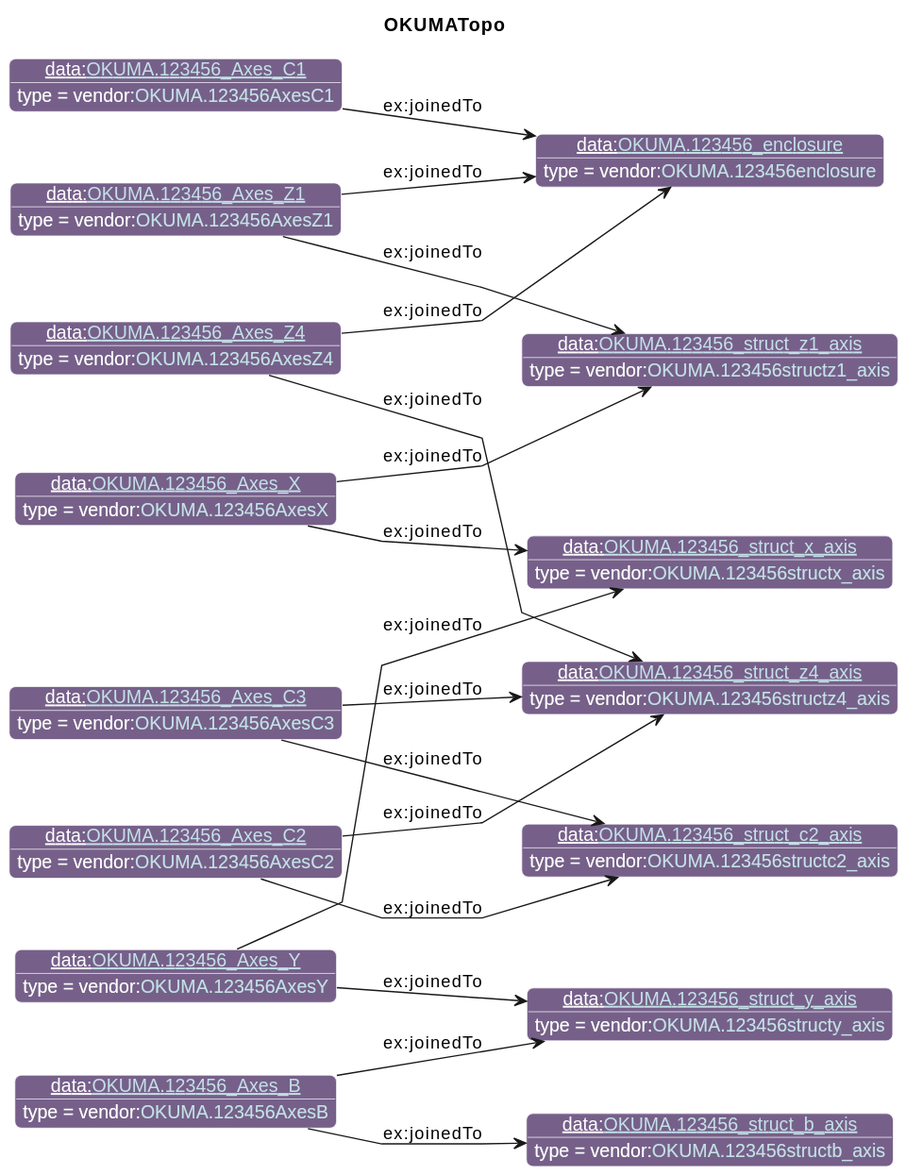
Earlier version of the PlantUML export diagrams/OKUMATopo.svg (iofoundry/example-syseng-mtconnect). Its diagram source:
```plantuml
@startuml
!include ../iof.iuml

<style>
object {
  HyperlinkColor #C4E1E6
}
</style>

left to right direction
skinparam linetype polyline
title OKUMATopo

!$default_direction = down

!$namespace_colors = { "bfo":"DFA702",
                      "iof":"1E90FF",
                      "ns":"Green",
                      "ns1":"76608A",
                      "core":"000000",
                      "ex":"Green",
                      "data":"76608A",
                      "vendor":"76608A",
                      "units":"8A2D3B",
                      "cmns-dsg":"3A0519",
                      "qp":"641B2E"
      }
individual(o0, data:[[./OKUMA.123456_Axes_X.html OKUMA.123456_Axes_X]], vendor:[[../OKUMA.html#OKUMA.123456AxesX OKUMA.123456AxesX]])
individual(o1, data:[[./OKUMA.123456_struct_z1_axis.html OKUMA.123456_struct_z1_axis]], vendor:[[../OKUMA.html#OKUMA.123456structz1_axis OKUMA.123456structz1_axis]])
individual(o2, data:[[./OKUMA.123456_struct_x_axis.html OKUMA.123456_struct_x_axis]], vendor:[[../OKUMA.html#OKUMA.123456structx_axis OKUMA.123456structx_axis]])
individual(o3, data:[[./OKUMA.123456_Axes_Y.html OKUMA.123456_Axes_Y]], vendor:[[../OKUMA.html#OKUMA.123456AxesY OKUMA.123456AxesY]])
individual(o4, data:[[./OKUMA.123456_struct_y_axis.html OKUMA.123456_struct_y_axis]], vendor:[[../OKUMA.html#OKUMA.123456structy_axis OKUMA.123456structy_axis]])
individual(o5, data:[[./OKUMA.123456_Axes_Z1.html OKUMA.123456_Axes_Z1]], vendor:[[../OKUMA.html#OKUMA.123456AxesZ1 OKUMA.123456AxesZ1]])
individual(o6, data:[[./OKUMA.123456_enclosure.html OKUMA.123456_enclosure]], vendor:[[../OKUMA.html#OKUMA.123456enclosure OKUMA.123456enclosure]])
individual(o7, data:[[./OKUMA.123456_Axes_B.html OKUMA.123456_Axes_B]], vendor:[[../OKUMA.html#OKUMA.123456AxesB OKUMA.123456AxesB]])
individual(o8, data:[[./OKUMA.123456_struct_b_axis.html OKUMA.123456_struct_b_axis]], vendor:[[../OKUMA.html#OKUMA.123456structb_axis OKUMA.123456structb_axis]])
individual(o9, data:[[./OKUMA.123456_Axes_C1.html OKUMA.123456_Axes_C1]], vendor:[[../OKUMA.html#OKUMA.123456AxesC1 OKUMA.123456AxesC1]])
individual(o10, data:[[./OKUMA.123456_Axes_Z4.html OKUMA.123456_Axes_Z4]], vendor:[[../OKUMA.html#OKUMA.123456AxesZ4 OKUMA.123456AxesZ4]])
individual(o11, data:[[./OKUMA.123456_struct_z4_axis.html OKUMA.123456_struct_z4_axis]], vendor:[[../OKUMA.html#OKUMA.123456structz4_axis OKUMA.123456structz4_axis]])
individual(o12, data:[[./OKUMA.123456_Axes_C2.html OKUMA.123456_Axes_C2]], vendor:[[../OKUMA.html#OKUMA.123456AxesC2 OKUMA.123456AxesC2]])
individual(o13, data:[[./OKUMA.123456_struct_c2_axis.html OKUMA.123456_struct_c2_axis]], vendor:[[../OKUMA.html#OKUMA.123456structc2_axis OKUMA.123456structc2_axis]])
individual(o14, data:[[./OKUMA.123456_Axes_C3.html OKUMA.123456_Axes_C3]], vendor:[[../OKUMA.html#OKUMA.123456AxesC3 OKUMA.123456AxesC3]])
property(o0, "ex:joinedTo", o1)
property(o0, "ex:joinedTo", o2)
property(o3, "ex:joinedTo", o2)
property(o3, "ex:joinedTo", o4)
property(o5, "ex:joinedTo", o6)
property(o5, "ex:joinedTo", o1)
property(o7, "ex:joinedTo", o4)
property(o7, "ex:joinedTo", o8)
property(o9, "ex:joinedTo", o6)
property(o10, "ex:joinedTo", o6)
property(o10, "ex:joinedTo", o11)
property(o12, "ex:joinedTo", o11)
property(o12, "ex:joinedTo", o13)
property(o14, "ex:joinedTo", o11)
property(o14, "ex:joinedTo", o13)
@enduml
```
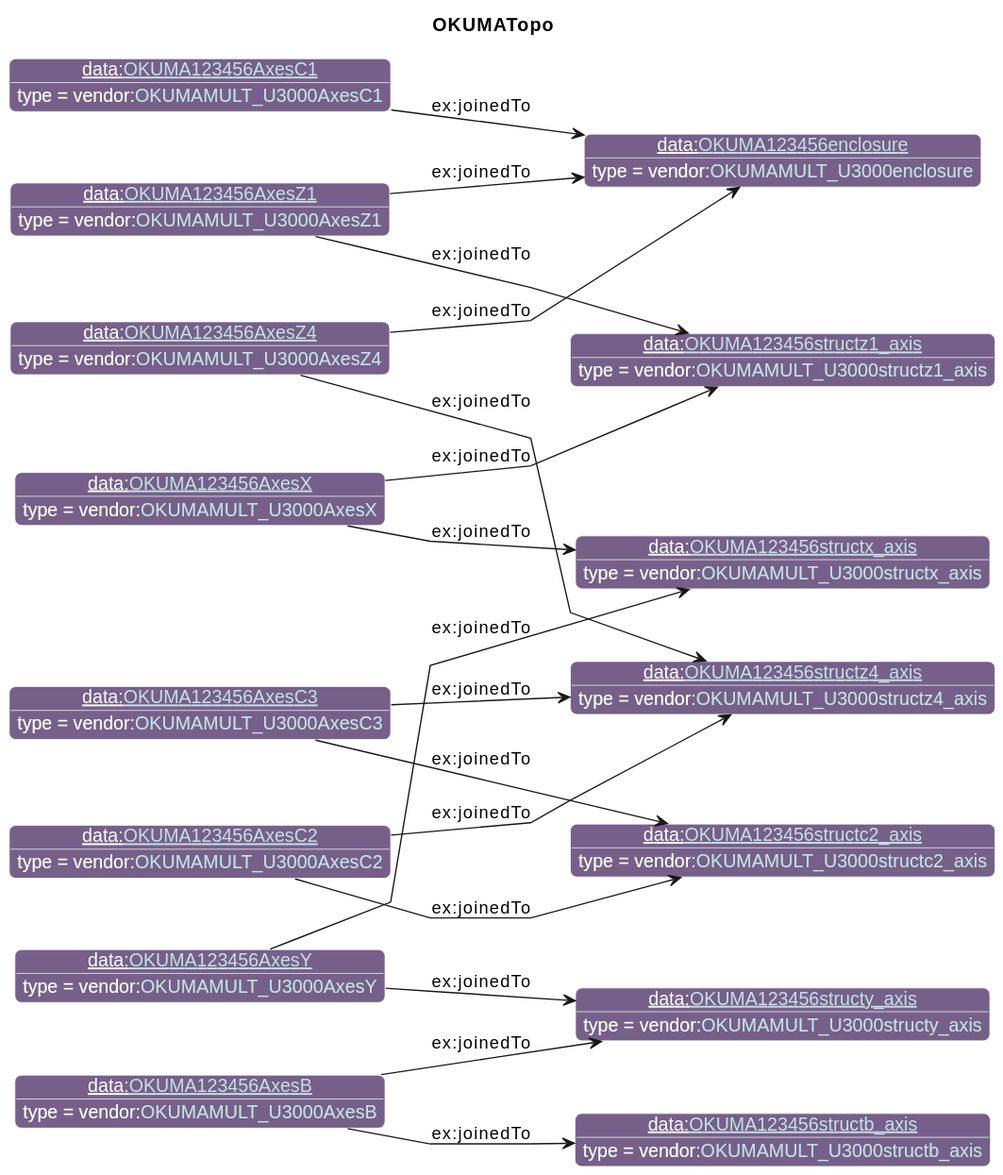
Above is the later version.

What changed in the source:
```diff
@@ -25,21 +25,21 @@
                       "cmns-dsg":"3A0519",
                       "qp":"641B2E"
       }
-individual(o0, data:[[./OKUMA.123456_Axes_X.html OKUMA.123456_Axes_X]], vendor:[[../OKUMA.html#OKUMA.123456AxesX OKUMA.123456AxesX]])
-individual(o1, data:[[./OKUMA.123456_struct_z1_axis.html OKUMA.123456_struct_z1_axis]], vendor:[[../OKUMA.html#OKUMA.123456structz1_axis OKUMA.123456structz1_axis]])
-individual(o2, data:[[./OKUMA.123456_struct_x_axis.html OKUMA.123456_struct_x_axis]], vendor:[[../OKUMA.html#OKUMA.123456structx_axis OKUMA.123456structx_axis]])
-individual(o3, data:[[./OKUMA.123456_Axes_Y.html OKUMA.123456_Axes_Y]], vendor:[[../OKUMA.html#OKUMA.123456AxesY OKUMA.123456AxesY]])
-individual(o4, data:[[./OKUMA.123456_struct_y_axis.html OKUMA.123456_struct_y_axis]], vendor:[[../OKUMA.html#OKUMA.123456structy_axis OKUMA.123456structy_axis]])
-individual(o5, data:[[./OKUMA.123456_Axes_Z1.html OKUMA.123456_Axes_Z1]], vendor:[[../OKUMA.html#OKUMA.123456AxesZ1 OKUMA.123456AxesZ1]])
-individual(o6, data:[[./OKUMA.123456_enclosure.html OKUMA.123456_enclosure]], vendor:[[../OKUMA.html#OKUMA.123456enclosure OKUMA.123456enclosure]])
-individual(o7, data:[[./OKUMA.123456_Axes_B.html OKUMA.123456_Axes_B]], vendor:[[../OKUMA.html#OKUMA.123456AxesB OKUMA.123456AxesB]])
-individual(o8, data:[[./OKUMA.123456_struct_b_axis.html OKUMA.123456_struct_b_axis]], vendor:[[../OKUMA.html#OKUMA.123456structb_axis OKUMA.123456structb_axis]])
-individual(o9, data:[[./OKUMA.123456_Axes_C1.html OKUMA.123456_Axes_C1]], vendor:[[../OKUMA.html#OKUMA.123456AxesC1 OKUMA.123456AxesC1]])
-individual(o10, data:[[./OKUMA.123456_Axes_Z4.html OKUMA.123456_Axes_Z4]], vendor:[[../OKUMA.html#OKUMA.123456AxesZ4 OKUMA.123456AxesZ4]])
-individual(o11, data:[[./OKUMA.123456_struct_z4_axis.html OKUMA.123456_struct_z4_axis]], vendor:[[../OKUMA.html#OKUMA.123456structz4_axis OKUMA.123456structz4_axis]])
-individual(o12, data:[[./OKUMA.123456_Axes_C2.html OKUMA.123456_Axes_C2]], vendor:[[../OKUMA.html#OKUMA.123456AxesC2 OKUMA.123456AxesC2]])
-individual(o13, data:[[./OKUMA.123456_struct_c2_axis.html OKUMA.123456_struct_c2_axis]], vendor:[[../OKUMA.html#OKUMA.123456structc2_axis OKUMA.123456structc2_axis]])
-individual(o14, data:[[./OKUMA.123456_Axes_C3.html OKUMA.123456_Axes_C3]], vendor:[[../OKUMA.html#OKUMA.123456AxesC3 OKUMA.123456AxesC3]])
+individual(o0, data:[[./OKUMA123456AxesX.html OKUMA123456AxesX]], vendor:[[../OKUMA.html#OKUMAMULT_U3000AxesX OKUMAMULT_U3000AxesX]])
+individual(o1, data:[[./OKUMA123456structz1_axis.html OKUMA123456structz1_axis]], vendor:[[../OKUMA.html#OKUMAMULT_U3000structz1_axis OKUMAMULT_U3000structz1_axis]])
+individual(o2, data:[[./OKUMA123456structx_axis.html OKUMA123456structx_axis]], vendor:[[../OKUMA.html#OKUMAMULT_U3000structx_axis OKUMAMULT_U3000structx_axis]])
+individual(o3, data:[[./OKUMA123456AxesY.html OKUMA123456AxesY]], vendor:[[../OKUMA.html#OKUMAMULT_U3000AxesY OKUMAMULT_U3000AxesY]])
+individual(o4, data:[[./OKUMA123456structy_axis.html OKUMA123456structy_axis]], vendor:[[../OKUMA.html#OKUMAMULT_U3000structy_axis OKUMAMULT_U3000structy_axis]])
+individual(o5, data:[[./OKUMA123456AxesZ1.html OKUMA123456AxesZ1]], vendor:[[../OKUMA.html#OKUMAMULT_U3000AxesZ1 OKUMAMULT_U3000AxesZ1]])
+individual(o6, data:[[./OKUMA123456enclosure.html OKUMA123456enclosure]], vendor:[[../OKUMA.html#OKUMAMULT_U3000enclosure OKUMAMULT_U3000enclosure]])
+individual(o7, data:[[./OKUMA123456AxesB.html OKUMA123456AxesB]], vendor:[[../OKUMA.html#OKUMAMULT_U3000AxesB OKUMAMULT_U3000AxesB]])
+individual(o8, data:[[./OKUMA123456structb_axis.html OKUMA123456structb_axis]], vendor:[[../OKUMA.html#OKUMAMULT_U3000structb_axis OKUMAMULT_U3000structb_axis]])
+individual(o9, data:[[./OKUMA123456AxesC1.html OKUMA123456AxesC1]], vendor:[[../OKUMA.html#OKUMAMULT_U3000AxesC1 OKUMAMULT_U3000AxesC1]])
+individual(o10, data:[[./OKUMA123456AxesZ4.html OKUMA123456AxesZ4]], vendor:[[../OKUMA.html#OKUMAMULT_U3000AxesZ4 OKUMAMULT_U3000AxesZ4]])
+individual(o11, data:[[./OKUMA123456structz4_axis.html OKUMA123456structz4_axis]], vendor:[[../OKUMA.html#OKUMAMULT_U3000structz4_axis OKUMAMULT_U3000structz4_axis]])
+individual(o12, data:[[./OKUMA123456AxesC2.html OKUMA123456AxesC2]], vendor:[[../OKUMA.html#OKUMAMULT_U3000AxesC2 OKUMAMULT_U3000AxesC2]])
+individual(o13, data:[[./OKUMA123456structc2_axis.html OKUMA123456structc2_axis]], vendor:[[../OKUMA.html#OKUMAMULT_U3000structc2_axis OKUMAMULT_U3000structc2_axis]])
+individual(o14, data:[[./OKUMA123456AxesC3.html OKUMA123456AxesC3]], vendor:[[../OKUMA.html#OKUMAMULT_U3000AxesC3 OKUMAMULT_U3000AxesC3]])
 property(o0, "ex:joinedTo", o1)
 property(o0, "ex:joinedTo", o2)
 property(o3, "ex:joinedTo", o2)
```
